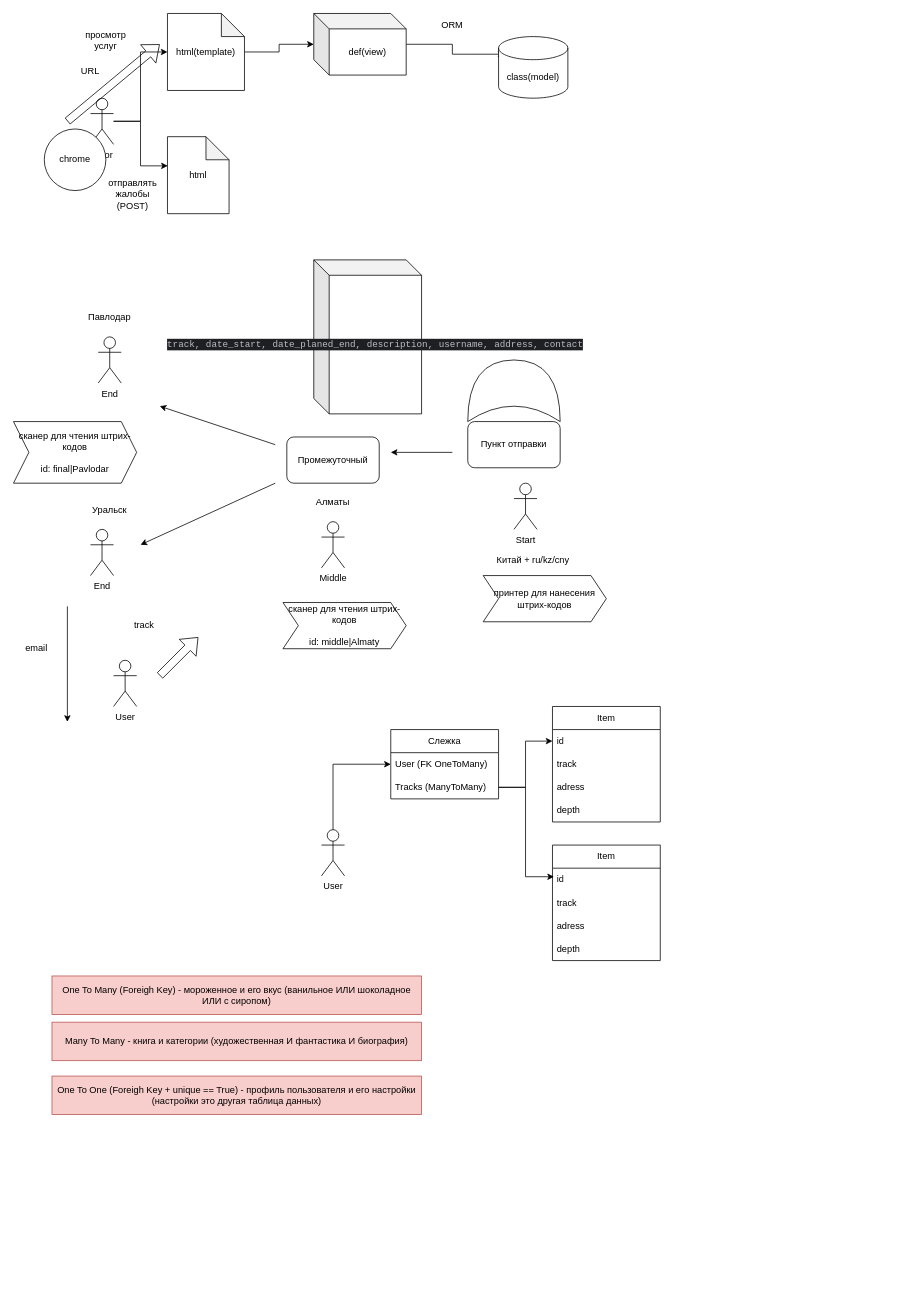
The draw.io diagram projects/11/web_item_tracking/backend/передача данных.drawio in bogdandrienko/PyE-222-1, before the edit. Source tidied: cells renumbered, new cells numbered last; positions are measured from the earlier drawing's top-left corner, leaving out a move shared by most shapes. Both pictures are drawn from the tidied source at 77%, with x=0, y=0 at pixel (13, 13).
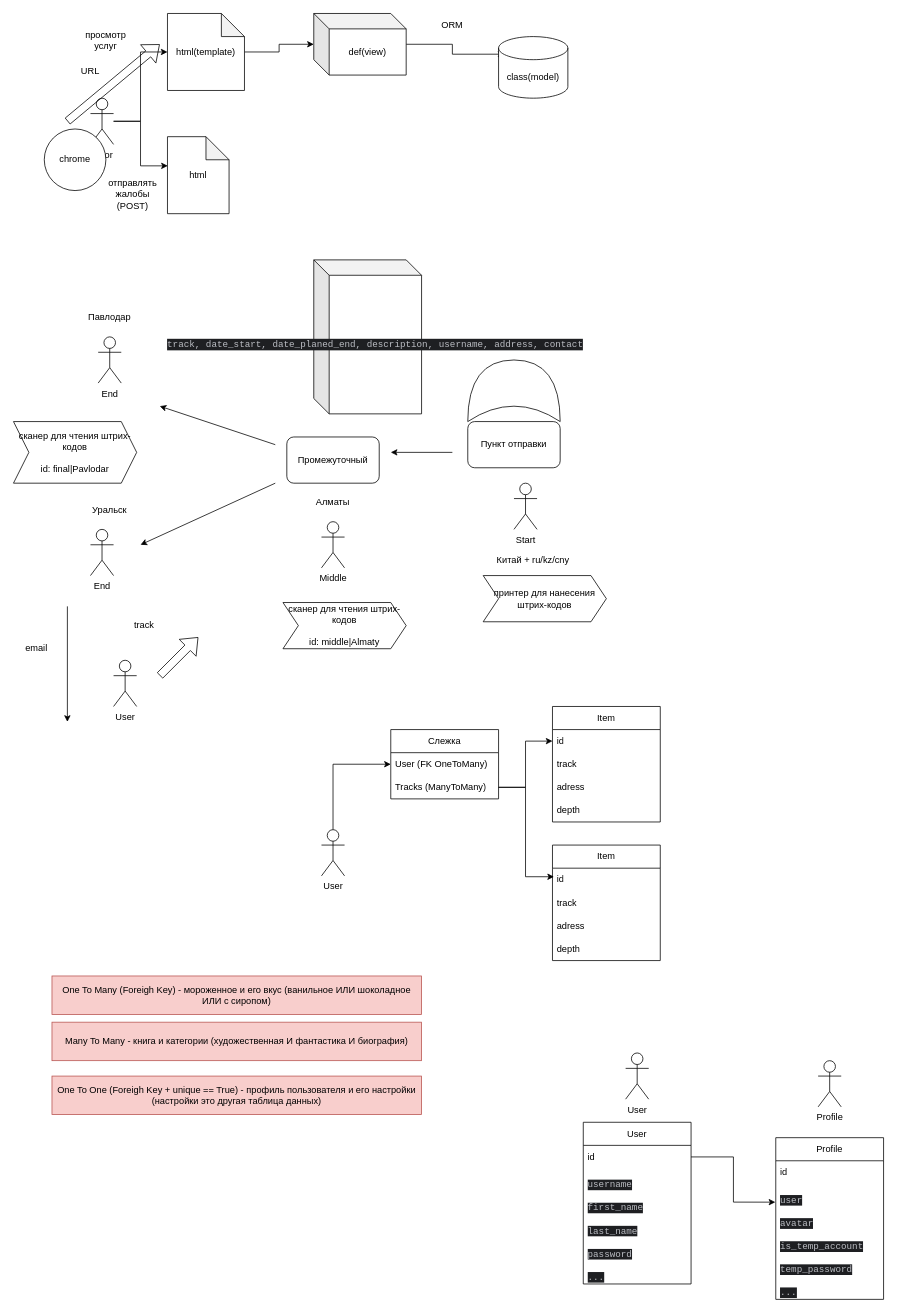
The same page after the edit.

Diff of the diagram source:
```diff
@@
+    <mxCell id="60" value="User" style="shape=umlActor;verticalLabelPosition=bottom;verticalAlign=top;html=1;" parent="1" vertex="1">
+      <mxGeometry x="795" y="1350" width="30" height="60" as="geometry" />
+    </mxCell>
+    <mxCell id="61" value="User" style="swimlane;fontStyle=0;horizontal=1;startSize=30;whiteSpace=wrap;html=1;" parent="1" vertex="1">
+      <mxGeometry x="740" y="1440" width="140" height="210" as="geometry" />
+    </mxCell>
+    <mxCell id="62" value="id" style="text;strokeColor=none;fillColor=none;align=left;verticalAlign=middle;spacingLeft=4;spacingRight=4;overflow=hidden;points=[[0,0.5],[1,0.5]];portConstraint=eastwest;whiteSpace=wrap;html=1;" parent="61" vertex="1">
+      <mxGeometry y="30" width="140" height="30" as="geometry" />
+    </mxCell>
+    <mxCell id="63" value="&lt;div style=&quot;background-color:#1e1f22;color:#bcbec4&quot;&gt;&lt;pre style=&quot;font-family:'JetBrains Mono',monospace;font-size:22,5pt;&quot;&gt;username&lt;/pre&gt;&lt;/div&gt;" style="text;strokeColor=none;fillColor=none;align=left;verticalAlign=middle;spacingLeft=4;spacingRight=4;overflow=hidden;whiteSpace=wrap;html=1;" parent="61" vertex="1">
+      <mxGeometry y="60" width="140" height="30" as="geometry" />
+    </mxCell>
+    <mxCell id="64" value="&lt;div style=&quot;background-color:#1e1f22;color:#bcbec4&quot;&gt;&lt;pre style=&quot;font-family:'JetBrains Mono',monospace;font-size:22,5pt;&quot;&gt;first_name&lt;/pre&gt;&lt;/div&gt;" style="text;strokeColor=none;fillColor=none;align=left;verticalAlign=middle;spacingLeft=4;spacingRight=4;overflow=hidden;whiteSpace=wrap;html=1;" parent="61" vertex="1">
+      <mxGeometry y="90" width="140" height="30" as="geometry" />
+    </mxCell>
+    <mxCell id="65" value="&lt;div style=&quot;background-color:#1e1f22;color:#bcbec4&quot;&gt;&lt;pre style=&quot;font-family:'JetBrains Mono',monospace;font-size:22,5pt;&quot;&gt;last_name&lt;/pre&gt;&lt;/div&gt;" style="text;strokeColor=none;fillColor=none;align=left;verticalAlign=middle;spacingLeft=4;spacingRight=4;overflow=hidden;whiteSpace=wrap;html=1;" parent="61" vertex="1">
+      <mxGeometry y="120" width="140" height="30" as="geometry" />
+    </mxCell>
+    <mxCell id="66" value="&lt;div style=&quot;background-color:#1e1f22;color:#bcbec4&quot;&gt;&lt;pre style=&quot;font-family:'JetBrains Mono',monospace;font-size:22,5pt;&quot;&gt;password&lt;/pre&gt;&lt;/div&gt;" style="text;strokeColor=none;fillColor=none;align=left;verticalAlign=middle;spacingLeft=4;spacingRight=4;overflow=hidden;whiteSpace=wrap;html=1;" parent="61" vertex="1">
+      <mxGeometry y="150" width="140" height="30" as="geometry" />
+    </mxCell>
+    <mxCell id="67" value="&lt;div style=&quot;background-color:#1e1f22;color:#bcbec4&quot;&gt;&lt;pre style=&quot;font-family:'JetBrains Mono',monospace;font-size:22,5pt;&quot;&gt;...&lt;/pre&gt;&lt;/div&gt;" style="text;strokeColor=none;fillColor=none;align=left;verticalAlign=middle;spacingLeft=4;spacingRight=4;overflow=hidden;whiteSpace=wrap;html=1;" parent="61" vertex="1">
+      <mxGeometry y="180" width="140" height="30" as="geometry" />
+    </mxCell>
+    <mxCell id="68" value="Profile" style="shape=umlActor;verticalLabelPosition=bottom;verticalAlign=top;html=1;" parent="1" vertex="1">
+      <mxGeometry x="1045" y="1360" width="30" height="60" as="geometry" />
+    </mxCell>
+    <mxCell id="69" value="Profile" style="swimlane;fontStyle=0;horizontal=1;startSize=30;whiteSpace=wrap;html=1;" parent="1" vertex="1">
+      <mxGeometry x="990" y="1460" width="140" height="210" as="geometry" />
+    </mxCell>
+    <mxCell id="70" value="id" style="text;strokeColor=none;fillColor=none;align=left;verticalAlign=middle;spacingLeft=4;spacingRight=4;overflow=hidden;whiteSpace=wrap;html=1;" parent="69" vertex="1">
+      <mxGeometry y="30" width="140" height="30" as="geometry" />
+    </mxCell>
+    <mxCell id="71" value="&lt;div style=&quot;background-color:#1e1f22;color:#bcbec4&quot;&gt;&lt;pre style=&quot;font-family:'JetBrains Mono',monospace;font-size:22,5pt;&quot;&gt;user&lt;/pre&gt;&lt;/div&gt;" style="text;strokeColor=none;fillColor=none;align=left;verticalAlign=middle;spacingLeft=4;spacingRight=4;overflow=hidden;points=[[0,0.5],[1,0.5]];portConstraint=eastwest;whiteSpace=wrap;html=1;" parent="69" vertex="1">
+      <mxGeometry y="60" width="140" height="30" as="geometry" />
+    </mxCell>
+    <mxCell id="72" value="&lt;div style=&quot;background-color:#1e1f22;color:#bcbec4&quot;&gt;&lt;pre style=&quot;font-family:'JetBrains Mono',monospace;font-size:22,5pt;&quot;&gt;avatar&lt;/pre&gt;&lt;/div&gt;" style="text;strokeColor=none;fillColor=none;align=left;verticalAlign=middle;spacingLeft=4;spacingRight=4;overflow=hidden;whiteSpace=wrap;html=1;" parent="69" vertex="1">
+      <mxGeometry y="90" width="140" height="30" as="geometry" />
+    </mxCell>
+    <mxCell id="73" value="&lt;div style=&quot;background-color:#1e1f22;color:#bcbec4&quot;&gt;&lt;pre style=&quot;font-family:'JetBrains Mono',monospace;font-size:22,5pt;&quot;&gt;is_temp_account&lt;/pre&gt;&lt;/div&gt;" style="text;strokeColor=none;fillColor=none;align=left;verticalAlign=middle;spacingLeft=4;spacingRight=4;overflow=hidden;whiteSpace=wrap;html=1;" parent="69" vertex="1">
+      <mxGeometry y="120" width="140" height="30" as="geometry" />
+    </mxCell>
+    <mxCell id="74" value="&lt;div style=&quot;background-color:#1e1f22;color:#bcbec4&quot;&gt;&lt;pre style=&quot;font-family:'JetBrains Mono',monospace;font-size:22,5pt;&quot;&gt;temp_password&lt;/pre&gt;&lt;/div&gt;" style="text;strokeColor=none;fillColor=none;align=left;verticalAlign=middle;spacingLeft=4;spacingRight=4;overflow=hidden;whiteSpace=wrap;html=1;" parent="69" vertex="1">
+      <mxGeometry y="150" width="140" height="30" as="geometry" />
+    </mxCell>
+    <mxCell id="75" value="&lt;div style=&quot;background-color:#1e1f22;color:#bcbec4&quot;&gt;&lt;pre style=&quot;font-family:'JetBrains Mono',monospace;font-size:22,5pt;&quot;&gt;...&lt;/pre&gt;&lt;/div&gt;" style="text;strokeColor=none;fillColor=none;align=left;verticalAlign=middle;spacingLeft=4;spacingRight=4;overflow=hidden;whiteSpace=wrap;html=1;" parent="69" vertex="1">
+      <mxGeometry y="180" width="140" height="30" as="geometry" />
+    </mxCell>
+    <mxCell id="76" style="edgeStyle=orthogonalEdgeStyle;rounded=0;jettySize=auto;html=1;entryX=-0.004;entryY=0.791;entryDx=0;entryDy=0;entryPerimeter=0;" parent="1" edge="1" source="62" target="71">
+      <mxGeometry relative="1" as="geometry" />
+    </mxCell>
```
